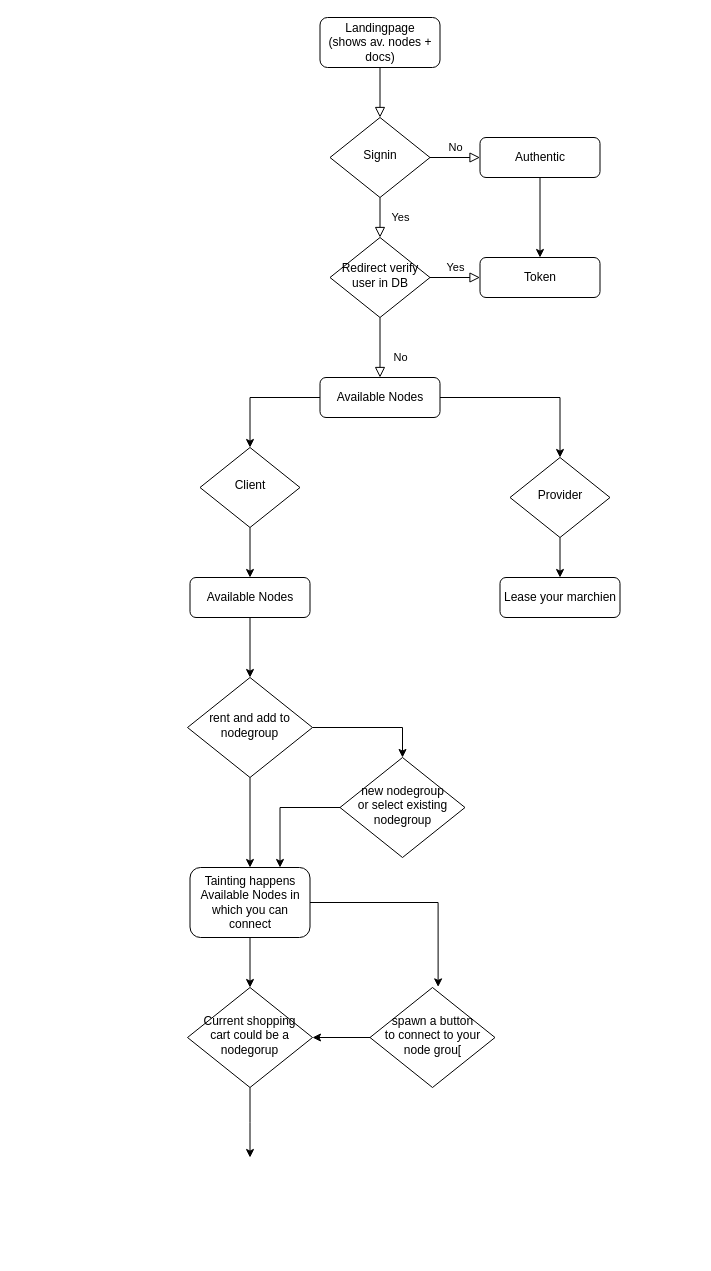
Before: page "Seite-1" (1 of 2) of flophub.drawio in flophub/docs, a draw.io diagram. Source tidied: cells renumbered, new cells numbered last; positions are measured from the earlier drawing's top-left corner, leaving out a move shared by most shapes. Both pictures are drawn from the tidied source at 100%, with x=0, y=0 at pixel (187, 17).
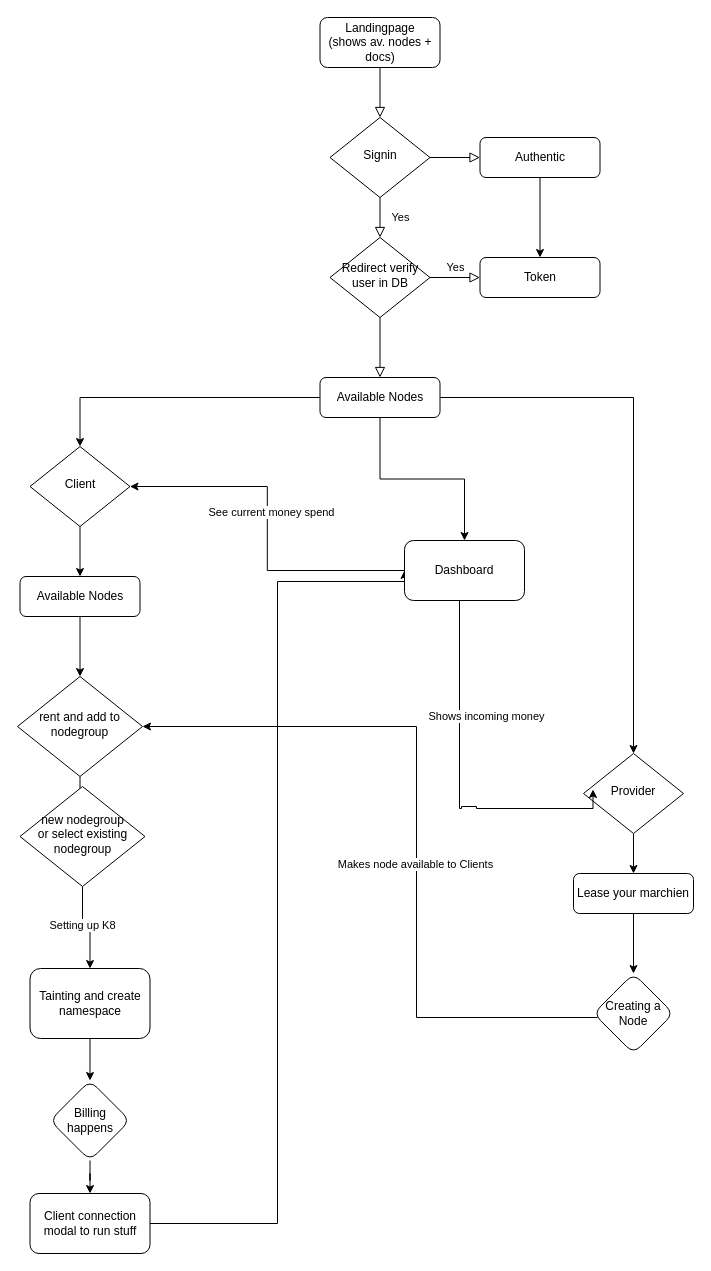
The same diagram, later.

Commit message:
finalize ux flow

The change refers to these unchanged cells:
```xml
<mxCell id="6" value="Signin" style="rhombus;whiteSpace=wrap;html=1;shadow=0;fontFamily=Helvetica;fontSize=12;align=center;strokeWidth=1;spacing=6;spacingTop=-4;" parent="1" vertex="1">
  <mxGeometry x="142.5" y="100" width="100" height="80" as="geometry" />
</mxCell>
<mxCell id="8" value="Authentic" style="rounded=1;whiteSpace=wrap;html=1;fontSize=12;glass=0;strokeWidth=1;shadow=0;" parent="1" vertex="1">
  <mxGeometry x="292.5" y="120" width="120" height="40" as="geometry" />
</mxCell>
<mxCell id="11" value="Redirect verify user in DB" style="rhombus;whiteSpace=wrap;html=1;shadow=0;fontFamily=Helvetica;fontSize=12;align=center;strokeWidth=1;spacing=6;spacingTop=-4;" parent="1" vertex="1">
  <mxGeometry x="142.5" y="220" width="100" height="80" as="geometry" />
</mxCell>
<mxCell id="14" value="Available Nodes" style="rounded=1;whiteSpace=wrap;html=1;fontSize=12;glass=0;strokeWidth=1;shadow=0;" parent="1" vertex="1">
  <mxGeometry x="132.5" y="360" width="120" height="40" as="geometry" />
</mxCell>
```

Diff of the diagram source:
```diff
@@
-    <mxCell id="5" value="No" style="edgeStyle=orthogonalEdgeStyle;rounded=0;html=1;jettySize=auto;fontSize=11;endArrow=block;endFill=0;endSize=8;strokeWidth=1;shadow=0;labelBackgroundColor=none;" parent="1" edge="1" source="6" target="8">
+    <mxCell id="5" style="edgeStyle=orthogonalEdgeStyle;rounded=0;html=1;jettySize=auto;fontSize=11;endArrow=block;endFill=0;endSize=8;strokeWidth=1;shadow=0;labelBackgroundColor=none;" parent="1" edge="1" source="6" target="8">
       <mxGeometry y="10" relative="1" as="geometry" />
     </mxCell>
@@
-    <mxCell id="9" value="No" style="rounded=0;html=1;jettySize=auto;fontSize=11;endArrow=block;endFill=0;endSize=8;strokeWidth=1;shadow=0;labelBackgroundColor=none;edgeStyle=orthogonalEdgeStyle;" parent="1" edge="1" source="11" target="14">
+    <mxCell id="9" style="rounded=0;html=1;jettySize=auto;fontSize=11;endArrow=block;endFill=0;endSize=8;strokeWidth=1;shadow=0;labelBackgroundColor=none;edgeStyle=orthogonalEdgeStyle;" parent="1" edge="1" source="11" target="14">
       <mxGeometry x="0.33" y="20" relative="1" as="geometry" />
     </mxCell>
@@
+    <mxCell id="35" style="edgeStyle=orthogonalEdgeStyle;rounded=0;jettySize=auto;html=1;" parent="1" edge="1" source="14" target="50">
+      <mxGeometry relative="1" as="geometry" />
+    </mxCell>
@@
+    <mxCell id="36" style="edgeStyle=orthogonalEdgeStyle;rounded=0;jettySize=auto;html=1;" parent="1" edge="1" source="16" target="41">
+      <mxGeometry relative="1" as="geometry" />
+    </mxCell>
     <mxCell id="16" value="Lease your marchien" style="rounded=1;whiteSpace=wrap;html=1;fontSize=12;glass=0;strokeWidth=1;shadow=0;" parent="1" vertex="1">
-      <mxGeometry x="312.5" y="560" width="120" height="40" as="geometry" />
+      <mxGeometry x="386" y="856" width="120" height="40" as="geometry" />
     </mxCell>
@@
     <mxCell id="18" value="Available Nodes" style="rounded=1;whiteSpace=wrap;html=1;fontSize=12;glass=0;strokeWidth=1;shadow=0;" parent="1" vertex="1">
-      <mxGeometry x="2.5" y="560" width="120" height="40" as="geometry" />
+      <mxGeometry x="-167.5" y="559" width="120" height="40" as="geometry" />
     </mxCell>
@@
     <mxCell id="20" value="Client" style="rhombus;whiteSpace=wrap;html=1;shadow=0;fontFamily=Helvetica;fontSize=12;align=center;strokeWidth=1;spacing=6;spacingTop=-4;" parent="1" vertex="1">
-      <mxGeometry x="12.5" y="430" width="100" height="80" as="geometry" />
+      <mxGeometry x="-157.5" y="429" width="100" height="80" as="geometry" />
     </mxCell>
@@
     <mxCell id="22" value="Provider" style="rhombus;whiteSpace=wrap;html=1;shadow=0;fontFamily=Helvetica;fontSize=12;align=center;strokeWidth=1;spacing=6;spacingTop=-4;" parent="1" vertex="1">
-      <mxGeometry x="322.5" y="440" width="100" height="80" as="geometry" />
+      <mxGeometry x="396" y="736" width="100" height="80" as="geometry" />
     </mxCell>
-    <mxCell id="23" style="edgeStyle=orthogonalEdgeStyle;rounded=0;jettySize=auto;html=1;entryX=0.5;entryY=0;entryDx=0;entryDy=0;" parent="1" edge="1" source="25" target="28">
-      <mxGeometry relative="1" as="geometry" />
-    </mxCell>
@@
     <mxCell id="25" value="rent and add to nodegroup" style="rhombus;whiteSpace=wrap;html=1;shadow=0;fontFamily=Helvetica;fontSize=12;align=center;strokeWidth=1;spacing=6;spacingTop=-4;" parent="1" vertex="1">
-      <mxGeometry y="660" width="125" height="100" as="geometry" />
+      <mxGeometry x="-170" y="659" width="125" height="100" as="geometry" />
     </mxCell>
-    <mxCell id="26" style="edgeStyle=orthogonalEdgeStyle;rounded=0;jettySize=auto;html=1;entryX=0.545;entryY=-0.006;entryDx=0;entryDy=0;entryPerimeter=0;" parent="1" edge="1" source="28" target="32">
-      <mxGeometry relative="1" as="geometry" />
-    </mxCell>
-    <mxCell id="27" style="edgeStyle=orthogonalEdgeStyle;rounded=0;jettySize=auto;html=1;entryX=0.5;entryY=0;entryDx=0;entryDy=0;" parent="1" edge="1" source="28" target="34">
-      <mxGeometry relative="1" as="geometry" />
-    </mxCell>
+    <mxCell id="37" style="edgeStyle=orthogonalEdgeStyle;rounded=0;jettySize=auto;html=1;" parent="1" edge="1" source="28" target="43">
+      <mxGeometry relative="1" as="geometry" />
+    </mxCell>
-    <mxCell id="28" value="Tainting happens&lt;br&gt;Available Nodes in which you can connect" style="rounded=1;whiteSpace=wrap;html=1;fontSize=12;glass=0;strokeWidth=1;shadow=0;" parent="1" vertex="1">
-      <mxGeometry x="2.5" y="850" width="120" height="70" as="geometry" />
+    <mxCell id="28" value="Tainting and create namespace" style="rounded=1;whiteSpace=wrap;html=1;fontSize=12;glass=0;strokeWidth=1;shadow=0;" parent="1" vertex="1">
+      <mxGeometry x="-157.5" y="951" width="120" height="70" as="geometry" />
     </mxCell>
-    <mxCell id="29" style="edgeStyle=orthogonalEdgeStyle;rounded=0;jettySize=auto;html=1;entryX=0.75;entryY=0;entryDx=0;entryDy=0;" parent="1" edge="1" source="30" target="28">
+    <mxCell id="29" style="edgeStyle=orthogonalEdgeStyle;rounded=0;jettySize=auto;html=1;" parent="1" edge="1" source="30" target="28">
       <mxGeometry relative="1" as="geometry" />
     </mxCell>
+    <mxCell id="38" value="Setting up K8" style="edgeLabel;html=1;align=center;verticalAlign=middle;" parent="29" vertex="1">
+      <mxGeometry x="-0.16" y="-1" relative="1" as="geometry" />
+    </mxCell>
     <mxCell id="30" value="new nodegroup&lt;br&gt;or select existing&lt;br&gt;nodegroup" style="rhombus;whiteSpace=wrap;html=1;shadow=0;fontFamily=Helvetica;fontSize=12;align=center;strokeWidth=1;spacing=6;spacingTop=-4;" parent="1" vertex="1">
-      <mxGeometry x="152.5" y="740" width="125" height="100" as="geometry" />
+      <mxGeometry x="-167.5" y="769" width="125" height="100" as="geometry" />
     </mxCell>
-    <mxCell id="31" style="edgeStyle=orthogonalEdgeStyle;rounded=0;jettySize=auto;html=1;" parent="1" edge="1" source="32" target="34">
-      <mxGeometry relative="1" as="geometry" />
-    </mxCell>
-    <mxCell id="32" value="spawn a button&lt;br&gt;to connect to your node grou[" style="rhombus;whiteSpace=wrap;html=1;shadow=0;fontFamily=Helvetica;fontSize=12;align=center;strokeWidth=1;spacing=6;spacingTop=-4;" parent="1" vertex="1">
-      <mxGeometry x="182.5" y="970" width="125" height="100" as="geometry" />
-    </mxCell>
-    <mxCell id="33" style="edgeStyle=orthogonalEdgeStyle;rounded=0;jettySize=auto;html=1;" parent="1" edge="1" source="34">
-      <mxGeometry relative="1" as="geometry">
-        <mxPoint x="62.5" y="1140" as="targetPoint" />
-      </mxGeometry>
-    </mxCell>
-    <mxCell id="34" value="Current shopping&lt;br&gt;cart could be a nodegorup" style="rhombus;whiteSpace=wrap;html=1;shadow=0;fontFamily=Helvetica;fontSize=12;align=center;strokeWidth=1;spacing=6;spacingTop=-4;" parent="1" vertex="1">
-      <mxGeometry y="970" width="125" height="100" as="geometry" />
-    </mxCell>
+    <mxCell id="39" style="edgeStyle=orthogonalEdgeStyle;rounded=0;jettySize=auto;html=1;entryX=1;entryY=0.5;entryDx=0;entryDy=0;" parent="1" edge="1" source="41" target="25">
+      <mxGeometry relative="1" as="geometry">
+        <Array as="points">
+          <mxPoint x="229" y="1000" />
+          <mxPoint x="229" y="709" />
+        </Array>
+      </mxGeometry>
+    </mxCell>
+    <mxCell id="40" value="Makes node available to Clients" style="edgeLabel;html=1;align=center;verticalAlign=middle;" parent="39" vertex="1">
+      <mxGeometry x="-0.1" y="1" relative="1" as="geometry">
+        <mxPoint x="-1" y="1" as="offset" />
+      </mxGeometry>
+    </mxCell>
+    <mxCell id="41" value="Creating a Node" style="rhombus;whiteSpace=wrap;html=1;rounded=1;glass=0;strokeWidth=1;shadow=0;" parent="1" vertex="1">
+      <mxGeometry x="406" y="956" width="80" height="80" as="geometry" />
+    </mxCell>
+    <mxCell id="42" style="edgeStyle=orthogonalEdgeStyle;rounded=0;jettySize=auto;html=1;" parent="1" edge="1" source="43" target="45">
+      <mxGeometry relative="1" as="geometry" />
+    </mxCell>
+    <mxCell id="43" value="Billing happens" style="rhombus;whiteSpace=wrap;html=1;rounded=1;glass=0;strokeWidth=1;shadow=0;" parent="1" vertex="1">
+      <mxGeometry x="-137.5" y="1063" width="80" height="80" as="geometry" />
+    </mxCell>
+    <mxCell id="44" style="edgeStyle=orthogonalEdgeStyle;rounded=0;jettySize=auto;html=1;entryX=0;entryY=0.5;entryDx=0;entryDy=0;" parent="1" edge="1" source="45" target="50">
+      <mxGeometry relative="1" as="geometry">
+        <Array as="points">
+          <mxPoint x="90" y="1206" />
+          <mxPoint x="90" y="564" />
+          <mxPoint x="217" y="564" />
+        </Array>
+      </mxGeometry>
+    </mxCell>
+    <mxCell id="45" value="Client connection modal to run stuff" style="whiteSpace=wrap;html=1;rounded=1;glass=0;strokeWidth=1;shadow=0;" parent="1" vertex="1">
+      <mxGeometry x="-157.5" y="1176" width="120" height="60" as="geometry" />
+    </mxCell>
+    <mxCell id="46" style="edgeStyle=orthogonalEdgeStyle;rounded=0;jettySize=auto;html=1;entryX=0.095;entryY=0.45;entryDx=0;entryDy=0;entryPerimeter=0;exitX=1;exitY=0.5;exitDx=0;exitDy=0;" parent="1" edge="1" source="50" target="22">
+      <mxGeometry relative="1" as="geometry">
+        <Array as="points">
+          <mxPoint x="272" y="553" />
+          <mxPoint x="272" y="791" />
+          <mxPoint x="274" y="791" />
+          <mxPoint x="274" y="789" />
+          <mxPoint x="289" y="789" />
+          <mxPoint x="289" y="791" />
+          <mxPoint x="406" y="791" />
+        </Array>
+      </mxGeometry>
+    </mxCell>
+    <mxCell id="47" value="Shows incoming money" style="edgeLabel;html=1;align=center;verticalAlign=middle;" parent="46" vertex="1">
+      <mxGeometry x="-0.16" y="2" relative="1" as="geometry">
+        <mxPoint x="24" y="17" as="offset" />
+      </mxGeometry>
+    </mxCell>
+    <mxCell id="48" style="edgeStyle=orthogonalEdgeStyle;rounded=0;jettySize=auto;html=1;entryX=1;entryY=0.5;entryDx=0;entryDy=0;" parent="1" edge="1" source="50" target="20">
+      <mxGeometry relative="1" as="geometry" />
+    </mxCell>
+    <mxCell id="49" value="See current money spend" style="edgeLabel;html=1;align=center;verticalAlign=middle;" parent="48" vertex="1">
+      <mxGeometry x="0.1" y="-3" relative="1" as="geometry">
+        <mxPoint x="1" y="1" as="offset" />
+      </mxGeometry>
+    </mxCell>
+    <mxCell id="50" value="Dashboard" style="whiteSpace=wrap;html=1;rounded=1;glass=0;strokeWidth=1;shadow=0;" parent="1" vertex="1">
+      <mxGeometry x="217" y="523" width="120" height="60" as="geometry" />
+    </mxCell>
```
